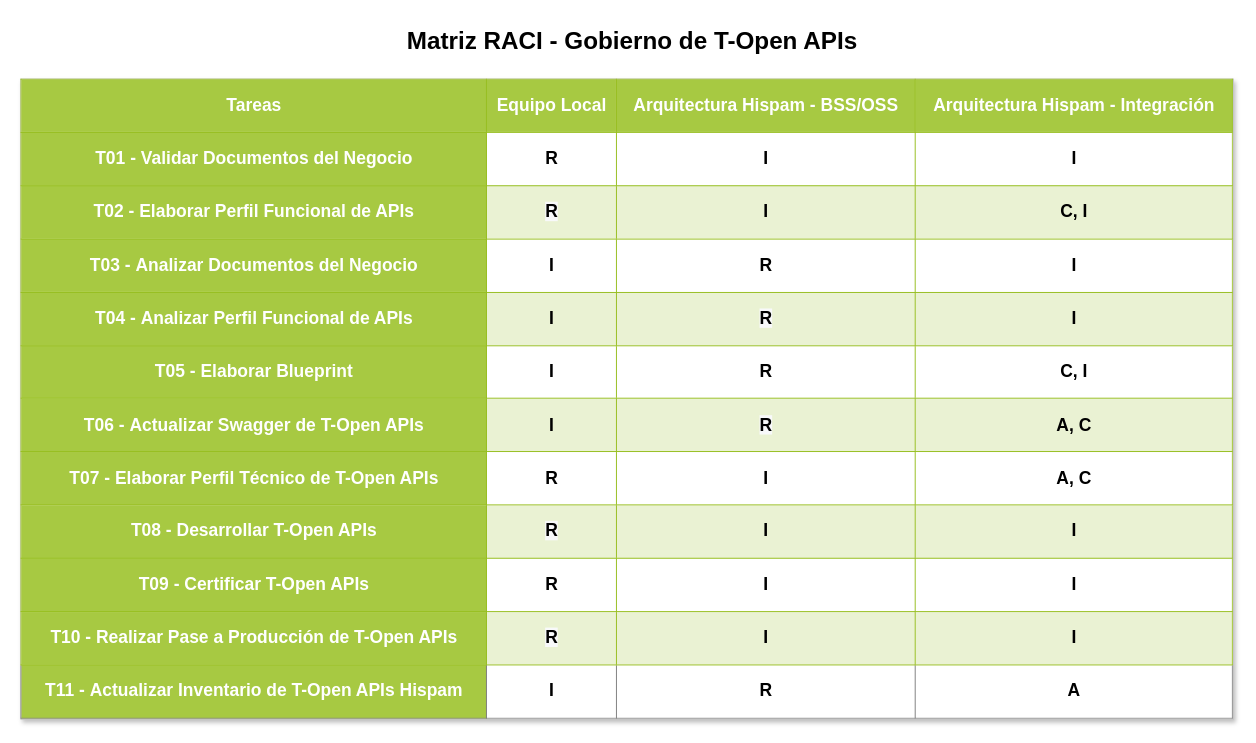
mnunezw/Gobierno-de-APIs keeps this draw.io diagram as page "Matriz RACI" (2 of 2) of Gobierno de T-Open APIs v1.0.drawio. Above is the earlier version. Source tidied: cells renumbered, new cells numbered last; positions are measured from the earlier drawing's top-left corner, leaving out a move shared by most shapes. Both pictures are drawn from the tidied source at 97%, with x=0, y=0 at pixel (20, 20).
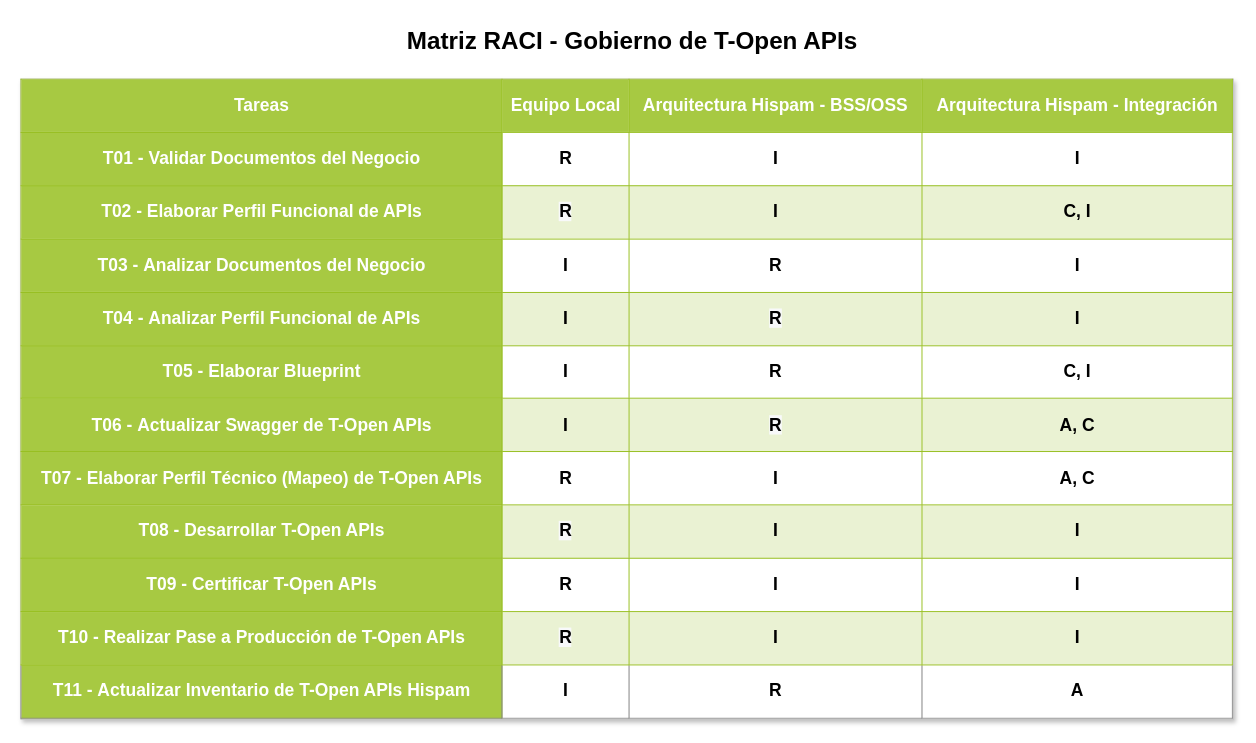
Above is the later version.

Diff of the diagram source:
```diff
@@
 <mxGraphModel>
   <root>
     <mxCell id="0" />
     <mxCell id="1" parent="0" />
-    <mxCell id="2" value="&lt;table border=&quot;1&quot; width=&quot;100%&quot; cellpadding=&quot;4&quot; style=&quot;width: 100% ; height: 100% ; border-collapse: collapse ; font-size: 18px&quot;&gt;&lt;tbody style=&quot;font-size: 18px&quot;&gt;&lt;tr style=&quot;background-color: rgb(167 , 201 , 66) ; color: rgb(255 , 255 , 255) ; border: 1px solid rgb(152 , 191 , 33) ; font-size: 18px&quot;&gt;&lt;th style=&quot;font-size: 18px&quot;&gt;Tareas&lt;/th&gt;&lt;th style=&quot;font-size: 18px&quot;&gt;Equipo Local&lt;/th&gt;&lt;th&gt;Arquitectura Hispam - BSS/OSS&lt;/th&gt;&lt;th&gt;Arquitectura Hispam - Integración&lt;/th&gt;&lt;/tr&gt;&lt;tr style=&quot;border: 1px solid rgb(152 , 191 , 33) ; font-size: 18px&quot;&gt;&lt;td style=&quot;background-color: rgb(167 , 201 , 66) ; border: 1px solid rgb(152 , 191 , 33)&quot;&gt;&lt;font color=&quot;#ffffff&quot;&gt;&lt;b&gt;T01 - Validar Documentos del Negocio&lt;/b&gt;&lt;/font&gt;&lt;/td&gt;&lt;td style=&quot;font-size: 18px&quot;&gt;&lt;b&gt;R&lt;/b&gt;&lt;/td&gt;&lt;td style=&quot;font-size: 18px&quot;&gt;&lt;b&gt;I&lt;/b&gt;&lt;/td&gt;&lt;td style=&quot;font-size: 18px&quot;&gt;&lt;b&gt;I&lt;/b&gt;&lt;/td&gt;&lt;/tr&gt;&lt;tr style=&quot;background-color: rgb(234 , 242 , 211) ; border: 1px solid rgb(152 , 191 , 33) ; font-size: 18px&quot;&gt;&lt;td style=&quot;background-color: rgb(167 , 201 , 66) ; border: 1px solid rgb(152 , 191 , 33)&quot;&gt;&lt;b style=&quot;color: rgb(255 , 255 , 255)&quot;&gt;T02 -&amp;nbsp;&lt;/b&gt;&lt;b&gt;&lt;font color=&quot;#ffffff&quot;&gt;Elaborar Perfil Funcional de APIs&lt;/font&gt;&lt;br&gt;&lt;/b&gt;&lt;/td&gt;&lt;td style=&quot;font-size: 18px&quot;&gt;&lt;span style=&quot;background-color: rgb(248 , 249 , 250)&quot;&gt;&lt;b&gt;R&lt;/b&gt;&lt;/span&gt;&lt;/td&gt;&lt;td style=&quot;font-size: 18px&quot;&gt;&lt;b&gt;I&lt;/b&gt;&lt;/td&gt;&lt;td style=&quot;font-size: 18px&quot;&gt;&lt;b&gt;C, I&lt;/b&gt;&lt;/td&gt;&lt;/tr&gt;&lt;tr style=&quot;border: 1px solid rgb(152 , 191 , 33) ; font-size: 18px&quot;&gt;&lt;td style=&quot;background-color: rgb(167 , 201 , 66) ; border: 1px solid rgb(152 , 191 , 33)&quot;&gt;&lt;b style=&quot;color: rgb(255 , 255 , 255)&quot;&gt;T03 -&amp;nbsp;&lt;/b&gt;&lt;b&gt;&lt;font color=&quot;#ffffff&quot;&gt;Analizar Documentos del Negocio&lt;/font&gt;&lt;br&gt;&lt;/b&gt;&lt;/td&gt;&lt;td style=&quot;font-size: 18px&quot;&gt;&lt;b&gt;I&lt;/b&gt;&lt;/td&gt;&lt;td style=&quot;font-size: 18px&quot;&gt;&lt;b&gt;R&lt;/b&gt;&lt;/td&gt;&lt;td style=&quot;font-size: 18px&quot;&gt;&lt;b&gt;I&lt;/b&gt;&lt;/td&gt;&lt;/tr&gt;&lt;tr style=&quot;background-color: rgb(234 , 242 , 211) ; border: 1px solid rgb(152 , 191 , 33) ; font-size: 18px&quot;&gt;&lt;td style=&quot;background-color: rgb(167 , 201 , 66) ; border: 1px solid rgb(152 , 191 , 33)&quot;&gt;&lt;b style=&quot;color: rgb(255 , 255 , 255)&quot;&gt;T04 -&amp;nbsp;&lt;/b&gt;&lt;b&gt;&lt;font color=&quot;#ffffff&quot;&gt;Analizar Perfil Funcional de APIs&lt;/font&gt;&lt;br&gt;&lt;/b&gt;&lt;/td&gt;&lt;td style=&quot;font-size: 18px&quot;&gt;&lt;b&gt;I&lt;/b&gt;&lt;/td&gt;&lt;td style=&quot;font-size: 18px&quot;&gt;&lt;span style=&quot;background-color: rgb(248 , 249 , 250)&quot;&gt;&lt;b&gt;R&lt;/b&gt;&lt;/span&gt;&lt;/td&gt;&lt;td style=&quot;font-size: 18px&quot;&gt;&lt;b&gt;I&lt;/b&gt;&lt;/td&gt;&lt;/tr&gt;&lt;tr style=&quot;border: 1px solid rgb(152 , 191 , 33) ; font-size: 18px&quot;&gt;&lt;td style=&quot;background-color: rgb(167 , 201 , 66) ; border: 1px solid rgb(152 , 191 , 33)&quot;&gt;&lt;b style=&quot;color: rgb(255 , 255 , 255)&quot;&gt;T05 -&amp;nbsp;&lt;/b&gt;&lt;font color=&quot;#ffffff&quot;&gt;&lt;b&gt;Elaborar Blueprint&lt;/b&gt;&lt;/font&gt;&lt;/td&gt;&lt;td style=&quot;font-size: 18px&quot;&gt;&lt;b&gt;I&lt;/b&gt;&lt;/td&gt;&lt;td style=&quot;font-size: 18px&quot;&gt;&lt;b&gt;R&lt;br style=&quot;font-size: 18px&quot;&gt;&lt;/b&gt;&lt;/td&gt;&lt;td style=&quot;font-size: 18px&quot;&gt;&lt;b&gt;C, I&lt;/b&gt;&lt;/td&gt;&lt;/tr&gt;&lt;tr style=&quot;background-color: rgb(234 , 242 , 211) ; border: 1px solid rgb(152 , 191 , 33) ; font-size: 18px&quot;&gt;&lt;td style=&quot;background-color: rgb(167 , 201 , 66) ; border: 1px solid rgb(152 , 191 , 33)&quot;&gt;&lt;b style=&quot;color: rgb(255 , 255 , 255)&quot;&gt;T06 -&amp;nbsp;&lt;/b&gt;&lt;font color=&quot;#ffffff&quot;&gt;&lt;b&gt;Actualizar Swagger de T-Open APIs&lt;/b&gt;&lt;/font&gt;&lt;/td&gt;&lt;td style=&quot;font-size: 18px&quot;&gt;&lt;b&gt;I&lt;/b&gt;&lt;/td&gt;&lt;td style=&quot;font-size: 18px&quot;&gt;&lt;b&gt;&lt;span style=&quot;background-color: rgb(248 , 249 , 250)&quot;&gt;R&lt;/span&gt;&lt;br style=&quot;font-size: 18px&quot;&gt;&lt;/b&gt;&lt;/td&gt;&lt;td style=&quot;font-size: 18px&quot;&gt;&lt;b&gt;A, C&lt;/b&gt;&lt;/td&gt;&lt;/tr&gt;&lt;tr style=&quot;border: 1px solid rgb(152 , 191 , 33) ; font-size: 18px&quot;&gt;&lt;td style=&quot;background-color: rgb(167 , 201 , 66) ; border: 1px solid rgb(152 , 191 , 33)&quot;&gt;&lt;b style=&quot;color: rgb(255 , 255 , 255)&quot;&gt;T07 -&amp;nbsp;&lt;/b&gt;&lt;font color=&quot;#ffffff&quot;&gt;&lt;b&gt;Elaborar Perfil Técnico de T-Open APIs&lt;/b&gt;&lt;/font&gt;&lt;/td&gt;&lt;td style=&quot;font-size: 18px&quot;&gt;&lt;b&gt;R&lt;br style=&quot;font-size: 18px&quot;&gt;&lt;/b&gt;&lt;/td&gt;&lt;td style=&quot;font-size: 18px&quot;&gt;&lt;b&gt;I&lt;/b&gt;&lt;/td&gt;&lt;td style=&quot;font-size: 18px&quot;&gt;&lt;b&gt;A, C&lt;/b&gt;&lt;/td&gt;&lt;/tr&gt;&lt;tr style=&quot;background-color: rgb(234 , 242 , 211) ; border: 1px solid rgb(152 , 191 , 33) ; font-size: 18px&quot;&gt;&lt;td style=&quot;background-color: rgb(167 , 201 , 66) ; border: 1px solid rgb(152 , 191 , 33)&quot;&gt;&lt;b style=&quot;color: rgb(255 , 255 , 255)&quot;&gt;T08 -&amp;nbsp;&lt;/b&gt;&lt;font color=&quot;#ffffff&quot;&gt;&lt;b&gt;Desarrollar T-Open APIs&lt;/b&gt;&lt;/font&gt;&lt;/td&gt;&lt;td style=&quot;font-size: 18px&quot;&gt;&lt;b&gt;&lt;span style=&quot;background-color: rgb(248 , 249 , 250)&quot;&gt;R&lt;/span&gt;&lt;br style=&quot;font-size: 18px&quot;&gt;&lt;/b&gt;&lt;/td&gt;&lt;td style=&quot;font-size: 18px&quot;&gt;&lt;b&gt;I&lt;/b&gt;&lt;/td&gt;&lt;td style=&quot;font-size: 18px&quot;&gt;&lt;b&gt;I&lt;/b&gt;&lt;/td&gt;&lt;/tr&gt;&lt;tr style=&quot;border: 1px solid rgb(152 , 191 , 33) ; font-size: 18px&quot;&gt;&lt;td style=&quot;background-color: rgb(167 , 201 , 66) ; border: 1px solid rgb(152 , 191 , 33)&quot;&gt;&lt;b style=&quot;color: rgb(255 , 255 , 255)&quot;&gt;T09 -&amp;nbsp;&lt;/b&gt;&lt;font color=&quot;#ffffff&quot;&gt;&lt;b&gt;Certificar T-Open APIs&lt;/b&gt;&lt;/font&gt;&lt;/td&gt;&lt;td style=&quot;font-size: 18px&quot;&gt;&lt;b&gt;R&lt;br style=&quot;font-size: 18px&quot;&gt;&lt;/b&gt;&lt;/td&gt;&lt;td style=&quot;font-size: 18px&quot;&gt;&lt;b&gt;I&lt;/b&gt;&lt;/td&gt;&lt;td style=&quot;font-size: 18px&quot;&gt;&lt;b&gt;I&lt;/b&gt;&lt;/td&gt;&lt;/tr&gt;&lt;tr style=&quot;background-color: rgb(234 , 242 , 211) ; border: 1px solid rgb(152 , 191 , 33) ; font-size: 18px&quot;&gt;&lt;td style=&quot;background-color: rgb(167 , 201 , 66) ; border: 1px solid rgb(152 , 191 , 33)&quot;&gt;&lt;b style=&quot;color: rgb(255 , 255 , 255)&quot;&gt;T10 -&amp;nbsp;&lt;/b&gt;&lt;font color=&quot;#ffffff&quot;&gt;&lt;b&gt;Realizar Pase a Producción de T-Open APIs&lt;/b&gt;&lt;/font&gt;&lt;/td&gt;&lt;td style=&quot;font-size: 18px&quot;&gt;&lt;b&gt;&lt;span style=&quot;background-color: rgb(248 , 249 , 250)&quot;&gt;R&lt;/span&gt;&lt;br style=&quot;font-size: 18px&quot;&gt;&lt;/b&gt;&lt;/td&gt;&lt;td style=&quot;font-size: 18px&quot;&gt;&lt;b&gt;I&lt;/b&gt;&lt;/td&gt;&lt;td style=&quot;font-size: 18px&quot;&gt;&lt;b&gt;I&lt;/b&gt;&lt;/td&gt;&lt;/tr&gt;&lt;tr&gt;&lt;td style=&quot;background-color: rgb(167 , 201 , 66)&quot;&gt;&lt;b style=&quot;color: rgb(255 , 255 , 255)&quot;&gt;T11 -&amp;nbsp;&lt;/b&gt;&lt;font color=&quot;#ffffff&quot;&gt;&lt;b&gt;Actualizar Inventario de T-Open APIs Hispam&lt;/b&gt;&lt;/font&gt;&lt;/td&gt;&lt;td&gt;&lt;b&gt;I&lt;/b&gt;&lt;/td&gt;&lt;td&gt;&lt;b&gt;R&lt;/b&gt;&lt;/td&gt;&lt;td&gt;&lt;b&gt;A&lt;/b&gt;&lt;br&gt;&lt;/td&gt;&lt;/tr&gt;&lt;/tbody&gt;&lt;/table&gt;" style="text;html=1;strokeColor=#c0c0c0;fillColor=#ffffff;overflow=fill;rounded=0;shadow=1;fontSize=18;fontColor=#000000;align=center;" parent="1" vertex="1">
+    <mxCell id="2" value="&lt;table border=&quot;1&quot; width=&quot;100%&quot; cellpadding=&quot;4&quot; style=&quot;width: 100% ; height: 100% ; border-collapse: collapse ; font-size: 18px&quot;&gt;&lt;tbody style=&quot;font-size: 18px&quot;&gt;&lt;tr style=&quot;background-color: rgb(167 , 201 , 66) ; color: rgb(255 , 255 , 255) ; border: 1px solid rgb(152 , 191 , 33) ; font-size: 18px&quot;&gt;&lt;th style=&quot;font-size: 18px&quot;&gt;Tareas&lt;/th&gt;&lt;th style=&quot;font-size: 18px&quot;&gt;Equipo Local&lt;/th&gt;&lt;th&gt;Arquitectura Hispam - BSS/OSS&lt;/th&gt;&lt;th&gt;Arquitectura Hispam - Integración&lt;/th&gt;&lt;/tr&gt;&lt;tr style=&quot;border: 1px solid rgb(152 , 191 , 33) ; font-size: 18px&quot;&gt;&lt;td style=&quot;background-color: rgb(167 , 201 , 66) ; border: 1px solid rgb(152 , 191 , 33)&quot;&gt;&lt;font color=&quot;#ffffff&quot;&gt;&lt;b&gt;T01 - Validar Documentos del Negocio&lt;/b&gt;&lt;/font&gt;&lt;/td&gt;&lt;td style=&quot;font-size: 18px&quot;&gt;&lt;b&gt;R&lt;/b&gt;&lt;/td&gt;&lt;td style=&quot;font-size: 18px&quot;&gt;&lt;b&gt;I&lt;/b&gt;&lt;/td&gt;&lt;td style=&quot;font-size: 18px&quot;&gt;&lt;b&gt;I&lt;/b&gt;&lt;/td&gt;&lt;/tr&gt;&lt;tr style=&quot;background-color: rgb(234 , 242 , 211) ; border: 1px solid rgb(152 , 191 , 33) ; font-size: 18px&quot;&gt;&lt;td style=&quot;background-color: rgb(167 , 201 , 66) ; border: 1px solid rgb(152 , 191 , 33)&quot;&gt;&lt;b style=&quot;color: rgb(255 , 255 , 255)&quot;&gt;T02 -&amp;nbsp;&lt;/b&gt;&lt;b&gt;&lt;font color=&quot;#ffffff&quot;&gt;Elaborar Perfil Funcional de APIs&lt;/font&gt;&lt;br&gt;&lt;/b&gt;&lt;/td&gt;&lt;td style=&quot;font-size: 18px&quot;&gt;&lt;span style=&quot;background-color: rgb(248 , 249 , 250)&quot;&gt;&lt;b&gt;R&lt;/b&gt;&lt;/span&gt;&lt;/td&gt;&lt;td style=&quot;font-size: 18px&quot;&gt;&lt;b&gt;I&lt;/b&gt;&lt;/td&gt;&lt;td style=&quot;font-size: 18px&quot;&gt;&lt;b&gt;C, I&lt;/b&gt;&lt;/td&gt;&lt;/tr&gt;&lt;tr style=&quot;border: 1px solid rgb(152 , 191 , 33) ; font-size: 18px&quot;&gt;&lt;td style=&quot;background-color: rgb(167 , 201 , 66) ; border: 1px solid rgb(152 , 191 , 33)&quot;&gt;&lt;b style=&quot;color: rgb(255 , 255 , 255)&quot;&gt;T03 -&amp;nbsp;&lt;/b&gt;&lt;b&gt;&lt;font color=&quot;#ffffff&quot;&gt;Analizar Documentos del Negocio&lt;/font&gt;&lt;br&gt;&lt;/b&gt;&lt;/td&gt;&lt;td style=&quot;font-size: 18px&quot;&gt;&lt;b&gt;I&lt;/b&gt;&lt;/td&gt;&lt;td style=&quot;font-size: 18px&quot;&gt;&lt;b&gt;R&lt;/b&gt;&lt;/td&gt;&lt;td style=&quot;font-size: 18px&quot;&gt;&lt;b&gt;I&lt;/b&gt;&lt;/td&gt;&lt;/tr&gt;&lt;tr style=&quot;background-color: rgb(234 , 242 , 211) ; border: 1px solid rgb(152 , 191 , 33) ; font-size: 18px&quot;&gt;&lt;td style=&quot;background-color: rgb(167 , 201 , 66) ; border: 1px solid rgb(152 , 191 , 33)&quot;&gt;&lt;b style=&quot;color: rgb(255 , 255 , 255)&quot;&gt;T04 -&amp;nbsp;&lt;/b&gt;&lt;b&gt;&lt;font color=&quot;#ffffff&quot;&gt;Analizar Perfil Funcional de APIs&lt;/font&gt;&lt;br&gt;&lt;/b&gt;&lt;/td&gt;&lt;td style=&quot;font-size: 18px&quot;&gt;&lt;b&gt;I&lt;/b&gt;&lt;/td&gt;&lt;td style=&quot;font-size: 18px&quot;&gt;&lt;span style=&quot;background-color: rgb(248 , 249 , 250)&quot;&gt;&lt;b&gt;R&lt;/b&gt;&lt;/span&gt;&lt;/td&gt;&lt;td style=&quot;font-size: 18px&quot;&gt;&lt;b&gt;I&lt;/b&gt;&lt;/td&gt;&lt;/tr&gt;&lt;tr style=&quot;border: 1px solid rgb(152 , 191 , 33) ; font-size: 18px&quot;&gt;&lt;td style=&quot;background-color: rgb(167 , 201 , 66) ; border: 1px solid rgb(152 , 191 , 33)&quot;&gt;&lt;b style=&quot;color: rgb(255 , 255 , 255)&quot;&gt;T05 -&amp;nbsp;&lt;/b&gt;&lt;font color=&quot;#ffffff&quot;&gt;&lt;b&gt;Elaborar Blueprint&lt;/b&gt;&lt;/font&gt;&lt;/td&gt;&lt;td style=&quot;font-size: 18px&quot;&gt;&lt;b&gt;I&lt;/b&gt;&lt;/td&gt;&lt;td style=&quot;font-size: 18px&quot;&gt;&lt;b&gt;R&lt;br style=&quot;font-size: 18px&quot;&gt;&lt;/b&gt;&lt;/td&gt;&lt;td style=&quot;font-size: 18px&quot;&gt;&lt;b&gt;C, I&lt;/b&gt;&lt;/td&gt;&lt;/tr&gt;&lt;tr style=&quot;background-color: rgb(234 , 242 , 211) ; border: 1px solid rgb(152 , 191 , 33) ; font-size: 18px&quot;&gt;&lt;td style=&quot;background-color: rgb(167 , 201 , 66) ; border: 1px solid rgb(152 , 191 , 33)&quot;&gt;&lt;b style=&quot;color: rgb(255 , 255 , 255)&quot;&gt;T06 -&amp;nbsp;&lt;/b&gt;&lt;font color=&quot;#ffffff&quot;&gt;&lt;b&gt;Actualizar Swagger de T-Open APIs&lt;/b&gt;&lt;/font&gt;&lt;/td&gt;&lt;td style=&quot;font-size: 18px&quot;&gt;&lt;b&gt;I&lt;/b&gt;&lt;/td&gt;&lt;td style=&quot;font-size: 18px&quot;&gt;&lt;b&gt;&lt;span style=&quot;background-color: rgb(248 , 249 , 250)&quot;&gt;R&lt;/span&gt;&lt;br style=&quot;font-size: 18px&quot;&gt;&lt;/b&gt;&lt;/td&gt;&lt;td style=&quot;font-size: 18px&quot;&gt;&lt;b&gt;A, C&lt;/b&gt;&lt;/td&gt;&lt;/tr&gt;&lt;tr style=&quot;border: 1px solid rgb(152 , 191 , 33) ; font-size: 18px&quot;&gt;&lt;td style=&quot;background-color: rgb(167 , 201 , 66) ; border: 1px solid rgb(152 , 191 , 33)&quot;&gt;&lt;font color=&quot;#ffffff&quot;&gt;&lt;b&gt;T07 - Elaborar Perfil Técnico (Mapeo) de T-Open APIs&lt;/b&gt;&lt;/font&gt;&lt;/td&gt;&lt;td style=&quot;font-size: 18px&quot;&gt;&lt;b&gt;R&lt;br style=&quot;font-size: 18px&quot;&gt;&lt;/b&gt;&lt;/td&gt;&lt;td style=&quot;font-size: 18px&quot;&gt;&lt;b&gt;I&lt;/b&gt;&lt;/td&gt;&lt;td style=&quot;font-size: 18px&quot;&gt;&lt;b&gt;A, C&lt;/b&gt;&lt;/td&gt;&lt;/tr&gt;&lt;tr style=&quot;background-color: rgb(234 , 242 , 211) ; border: 1px solid rgb(152 , 191 , 33) ; font-size: 18px&quot;&gt;&lt;td style=&quot;background-color: rgb(167 , 201 , 66) ; border: 1px solid rgb(152 , 191 , 33)&quot;&gt;&lt;b style=&quot;color: rgb(255 , 255 , 255)&quot;&gt;T08 -&amp;nbsp;&lt;/b&gt;&lt;font color=&quot;#ffffff&quot;&gt;&lt;b&gt;Desarrollar T-Open APIs&lt;/b&gt;&lt;/font&gt;&lt;/td&gt;&lt;td style=&quot;font-size: 18px&quot;&gt;&lt;b&gt;&lt;span style=&quot;background-color: rgb(248 , 249 , 250)&quot;&gt;R&lt;/span&gt;&lt;br style=&quot;font-size: 18px&quot;&gt;&lt;/b&gt;&lt;/td&gt;&lt;td style=&quot;font-size: 18px&quot;&gt;&lt;b&gt;I&lt;/b&gt;&lt;/td&gt;&lt;td style=&quot;font-size: 18px&quot;&gt;&lt;b&gt;I&lt;/b&gt;&lt;/td&gt;&lt;/tr&gt;&lt;tr style=&quot;border: 1px solid rgb(152 , 191 , 33) ; font-size: 18px&quot;&gt;&lt;td style=&quot;background-color: rgb(167 , 201 , 66) ; border: 1px solid rgb(152 , 191 , 33)&quot;&gt;&lt;b style=&quot;color: rgb(255 , 255 , 255)&quot;&gt;T09 -&amp;nbsp;&lt;/b&gt;&lt;font color=&quot;#ffffff&quot;&gt;&lt;b&gt;Certificar T-Open APIs&lt;/b&gt;&lt;/font&gt;&lt;/td&gt;&lt;td style=&quot;font-size: 18px&quot;&gt;&lt;b&gt;R&lt;br style=&quot;font-size: 18px&quot;&gt;&lt;/b&gt;&lt;/td&gt;&lt;td style=&quot;font-size: 18px&quot;&gt;&lt;b&gt;I&lt;/b&gt;&lt;/td&gt;&lt;td style=&quot;font-size: 18px&quot;&gt;&lt;b&gt;I&lt;/b&gt;&lt;/td&gt;&lt;/tr&gt;&lt;tr style=&quot;background-color: rgb(234 , 242 , 211) ; border: 1px solid rgb(152 , 191 , 33) ; font-size: 18px&quot;&gt;&lt;td style=&quot;background-color: rgb(167 , 201 , 66) ; border: 1px solid rgb(152 , 191 , 33)&quot;&gt;&lt;b style=&quot;color: rgb(255 , 255 , 255)&quot;&gt;T10 -&amp;nbsp;&lt;/b&gt;&lt;font color=&quot;#ffffff&quot;&gt;&lt;b&gt;Realizar Pase a Producción de T-Open APIs&lt;/b&gt;&lt;/font&gt;&lt;/td&gt;&lt;td style=&quot;font-size: 18px&quot;&gt;&lt;b&gt;&lt;span style=&quot;background-color: rgb(248 , 249 , 250)&quot;&gt;R&lt;/span&gt;&lt;br style=&quot;font-size: 18px&quot;&gt;&lt;/b&gt;&lt;/td&gt;&lt;td style=&quot;font-size: 18px&quot;&gt;&lt;b&gt;I&lt;/b&gt;&lt;/td&gt;&lt;td style=&quot;font-size: 18px&quot;&gt;&lt;b&gt;I&lt;/b&gt;&lt;/td&gt;&lt;/tr&gt;&lt;tr&gt;&lt;td style=&quot;background-color: rgb(167 , 201 , 66)&quot;&gt;&lt;b style=&quot;color: rgb(255 , 255 , 255)&quot;&gt;T11 -&amp;nbsp;&lt;/b&gt;&lt;font color=&quot;#ffffff&quot;&gt;&lt;b&gt;Actualizar Inventario de T-Open APIs Hispam&lt;/b&gt;&lt;/font&gt;&lt;/td&gt;&lt;td&gt;&lt;b&gt;I&lt;/b&gt;&lt;/td&gt;&lt;td&gt;&lt;b&gt;R&lt;/b&gt;&lt;/td&gt;&lt;td&gt;&lt;b&gt;A&lt;/b&gt;&lt;br&gt;&lt;/td&gt;&lt;/tr&gt;&lt;/tbody&gt;&lt;/table&gt;" style="text;html=1;strokeColor=#c0c0c0;fillColor=#ffffff;overflow=fill;rounded=0;shadow=1;fontSize=18;fontColor=#000000;align=center;" parent="1" vertex="1">
       <mxGeometry y="60" width="1250" height="660" as="geometry" />
     </mxCell>
     <mxCell id="3" value="Matriz RACI - Gobierno de T-Open APIs" style="text;strokeColor=none;fillColor=none;html=1;fontSize=25;fontStyle=1;verticalAlign=middle;align=center;rounded=0;shadow=1;" parent="1" vertex="1">
       <mxGeometry x="400" width="460" height="40" as="geometry" />
     </mxCell>
   </root>
 </mxGraphModel>
```
